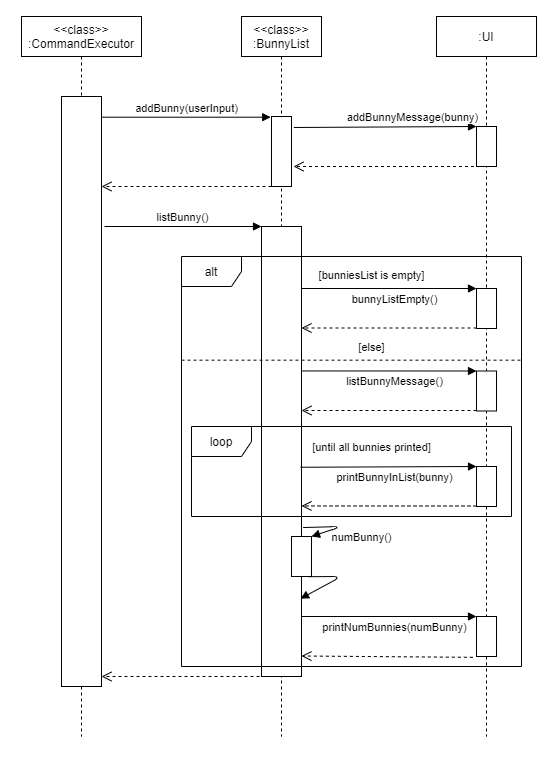
Before: docs/graphics/diagrams/Sequence_diagram_bunny.png, a diagram exported from draw.io (nus-cs2113-AY2021S1/tp). Source tidied: cells renumbered, new cells last; positions are measured from the earlier drawing's top-left corner, leaving out a move shared by most shapes. The source it was exported from:
```xml
<mxGraphModel>
  <root>
    <mxCell id="0" />
    <mxCell id="1" parent="0" />
    <mxCell id="2" value="&amp;lt;&amp;lt;class&amp;gt;&amp;gt;&lt;br&gt;:CommandExecutor" style="shape=umlLifeline;perimeter=lifelinePerimeter;whiteSpace=wrap;html=1;" parent="1" vertex="1">
      <mxGeometry x="40" y="20" width="120" height="720" as="geometry" />
    </mxCell>
    <mxCell id="3" style="html=1;points=[];perimeter=orthogonalPerimeter;" parent="2" vertex="1">
      <mxGeometry x="40" y="80" width="40" height="590" as="geometry" />
    </mxCell>
    <mxCell id="4" value="&amp;lt;&amp;lt;class&amp;gt;&amp;gt;&lt;br&gt;:BunnyList" style="shape=umlLifeline;perimeter=lifelinePerimeter;whiteSpace=wrap;html=1;" parent="1" vertex="1">
      <mxGeometry x="260" y="20" width="80" height="720" as="geometry" />
    </mxCell>
    <mxCell id="5" style="html=1;points=[];perimeter=orthogonalPerimeter;" parent="4" vertex="1">
      <mxGeometry x="30" y="100" width="20" height="70" as="geometry" />
    </mxCell>
    <mxCell id="6" style="html=1;points=[];perimeter=orthogonalPerimeter;" parent="4" vertex="1">
      <mxGeometry x="20" y="210" width="40" height="450" as="geometry" />
    </mxCell>
    <mxCell id="7" value="listBunny()" style="html=1;verticalAlign=bottom;endArrow=block;" parent="4" edge="1">
      <mxGeometry relative="1" as="geometry">
        <mxPoint x="-137" y="210" as="sourcePoint" />
        <mxPoint x="20" y="210" as="targetPoint" />
      </mxGeometry>
    </mxCell>
    <mxCell id="8" style="html=1;points=[];perimeter=orthogonalPerimeter;" parent="4" vertex="1">
      <mxGeometry x="50" y="520" width="20" height="40" as="geometry" />
    </mxCell>
    <mxCell id="9" value="numBunny()" style="html=1;verticalAlign=bottom;endArrow=block;exitX=1.04;exitY=0.669;exitDx=0;exitDy=0;exitPerimeter=0;" parent="4" edge="1" source="6" target="8">
      <mxGeometry x="0.1" y="-28" relative="1" as="geometry">
        <Array as="points">
          <mxPoint x="100" y="510" />
        </Array>
        <mxPoint x="29" y="47" as="offset" />
      </mxGeometry>
    </mxCell>
    <mxCell id="10" style="html=1;verticalAlign=bottom;endArrow=block;exitX=0.84;exitY=1.005;exitDx=0;exitDy=0;exitPerimeter=0;entryX=0.975;entryY=0.827;entryDx=0;entryDy=0;entryPerimeter=0;" parent="4" edge="1" source="8" target="6">
      <mxGeometry x="-0.17" y="-20" relative="1" as="geometry">
        <Array as="points">
          <mxPoint x="100" y="560" />
        </Array>
        <mxPoint x="30" y="18" as="offset" />
      </mxGeometry>
    </mxCell>
    <mxCell id="11" value="addBunny(userInput)" style="html=1;verticalAlign=bottom;endArrow=block;entryX=-0.04;entryY=0.01;entryDx=0;entryDy=0;entryPerimeter=0;" parent="1" edge="1" source="3" target="5">
      <mxGeometry relative="1" as="geometry" />
    </mxCell>
    <mxCell id="12" style="html=1;verticalAlign=bottom;endArrow=open;dashed=1;endSize=8;" parent="1" edge="1">
      <mxGeometry x="-1" y="-270" relative="1" as="geometry">
        <mxPoint x="290" y="190" as="sourcePoint" />
        <mxPoint x="120" y="190" as="targetPoint" />
        <mxPoint x="270" y="270" as="offset" />
      </mxGeometry>
    </mxCell>
    <mxCell id="13" style="html=1;verticalAlign=bottom;endArrow=open;dashed=1;endSize=8;" parent="1" edge="1">
      <mxGeometry x="-1" y="-270" relative="1" as="geometry">
        <mxPoint x="290" y="680" as="sourcePoint" />
        <mxPoint x="120" y="680" as="targetPoint" />
        <mxPoint x="270" y="270" as="offset" />
      </mxGeometry>
    </mxCell>
    <mxCell id="14" value=":UI" style="shape=umlLifeline;perimeter=lifelinePerimeter;whiteSpace=wrap;html=1;outlineConnect=0;" parent="1" vertex="1">
      <mxGeometry x="455" y="20" width="100" height="720" as="geometry" />
    </mxCell>
    <mxCell id="15" style="html=1;points=[];perimeter=orthogonalPerimeter;" parent="14" vertex="1">
      <mxGeometry x="40" y="110" width="20" height="40" as="geometry" />
    </mxCell>
    <mxCell id="16" style="html=1;points=[];perimeter=orthogonalPerimeter;" parent="14" vertex="1">
      <mxGeometry x="40" y="272" width="20" height="40" as="geometry" />
    </mxCell>
    <mxCell id="17" style="html=1;verticalAlign=bottom;endArrow=open;dashed=1;endSize=8;" parent="14" edge="1" target="6">
      <mxGeometry x="-1" y="176" relative="1" as="geometry">
        <mxPoint x="40" y="311.5" as="sourcePoint" />
        <mxPoint x="153" y="-87" as="offset" />
      </mxGeometry>
    </mxCell>
    <mxCell id="18" style="html=1;points=[];perimeter=orthogonalPerimeter;" parent="14" vertex="1">
      <mxGeometry x="40" y="354.5" width="20" height="40" as="geometry" />
    </mxCell>
    <mxCell id="19" style="html=1;verticalAlign=bottom;endArrow=open;dashed=1;endSize=8;" parent="14" edge="1" target="6">
      <mxGeometry x="-1" y="176" relative="1" as="geometry">
        <mxPoint x="40" y="394" as="sourcePoint" />
        <mxPoint x="153" y="-87" as="offset" />
      </mxGeometry>
    </mxCell>
    <mxCell id="20" style="html=1;points=[];perimeter=orthogonalPerimeter;" parent="14" vertex="1">
      <mxGeometry x="40" y="450" width="20" height="40" as="geometry" />
    </mxCell>
    <mxCell id="21" style="html=1;verticalAlign=bottom;endArrow=open;dashed=1;endSize=8;entryX=1;entryY=0.621;entryDx=0;entryDy=0;entryPerimeter=0;" parent="14" edge="1" target="6">
      <mxGeometry x="-1" y="176" relative="1" as="geometry">
        <mxPoint x="40" y="489.5" as="sourcePoint" />
        <mxPoint x="153" y="-87" as="offset" />
      </mxGeometry>
    </mxCell>
    <mxCell id="22" style="html=1;points=[];perimeter=orthogonalPerimeter;" parent="14" vertex="1">
      <mxGeometry x="40" y="600" width="20" height="40" as="geometry" />
    </mxCell>
    <mxCell id="23" value="addBunnyMessage(bunny)" style="html=1;verticalAlign=bottom;endArrow=block;entryX=0;entryY=0;exitX=1.12;exitY=0.157;exitDx=0;exitDy=0;exitPerimeter=0;" parent="1" edge="1" source="5" target="15">
      <mxGeometry x="0.3" relative="1" as="geometry" />
    </mxCell>
    <mxCell id="24" style="html=1;verticalAlign=bottom;endArrow=open;dashed=1;endSize=8;" parent="1" edge="1" source="14">
      <mxGeometry x="-1" y="176" relative="1" as="geometry">
        <mxPoint x="312" y="170" as="targetPoint" />
        <mxPoint x="153" y="-87" as="offset" />
      </mxGeometry>
    </mxCell>
    <mxCell id="25" value="&lt;span style=&quot;font-size: 11px ; background-color: rgb(255 , 255 , 255)&quot;&gt;[bunniesList is empty]&lt;/span&gt;" style="text;html=1;align=center;verticalAlign=middle;" parent="1" vertex="1">
      <mxGeometry x="330" y="267.5" width="120" height="20" as="geometry" />
    </mxCell>
    <mxCell id="26" value="&lt;span style=&quot;font-size: 11px ; background-color: rgb(255 , 255 , 255)&quot;&gt;[until all bunnies printed]&lt;/span&gt;" style="text;html=1;align=center;verticalAlign=middle;" parent="1" vertex="1">
      <mxGeometry x="325" y="440" width="130" height="20" as="geometry" />
    </mxCell>
    <mxCell id="27" value="&lt;span style=&quot;font-size: 11px ; background-color: rgb(255 , 255 , 255)&quot;&gt;[else]&lt;/span&gt;" style="text;html=1;align=center;verticalAlign=middle;" parent="1" vertex="1">
      <mxGeometry x="370" y="340" width="40" height="20" as="geometry" />
    </mxCell>
    <mxCell id="28" value="printNumBunnies(numBunny)" style="html=1;verticalAlign=bottom;endArrow=block;entryX=0;entryY=0;" parent="1" edge="1" target="22">
      <mxGeometry x="0.07" y="-20" relative="1" as="geometry">
        <mxPoint x="320" y="620" as="sourcePoint" />
      </mxGeometry>
    </mxCell>
    <mxCell id="29" style="html=1;verticalAlign=bottom;endArrow=open;dashed=1;endSize=8;entryX=0.999;entryY=0.91;entryDx=0;entryDy=0;entryPerimeter=0;exitX=-0.183;exitY=1.021;exitDx=0;exitDy=0;exitPerimeter=0;" parent="1" edge="1" source="22">
      <mxGeometry x="-1" y="176" relative="1" as="geometry">
        <mxPoint x="320" y="659.5" as="targetPoint" />
        <mxPoint x="153" y="-87" as="offset" />
      </mxGeometry>
    </mxCell>
    <mxCell id="30" value="bunnyListEmpty()" style="html=1;verticalAlign=bottom;endArrow=block;entryX=0;entryY=0;" parent="1" edge="1" target="16">
      <mxGeometry x="0.06" y="-20" relative="1" as="geometry">
        <mxPoint x="320" y="292" as="sourcePoint" />
      </mxGeometry>
    </mxCell>
    <mxCell id="31" value="listBunnyMessage()" style="html=1;verticalAlign=bottom;endArrow=block;entryX=0;entryY=0;exitX=1;exitY=0.321;exitDx=0;exitDy=0;exitPerimeter=0;" parent="1" edge="1" source="6" target="18">
      <mxGeometry x="0.06" y="-20" relative="1" as="geometry" />
    </mxCell>
    <mxCell id="32" value="printBunnyInList(bunny)" style="html=1;verticalAlign=bottom;endArrow=block;entryX=0;entryY=0;exitX=0.978;exitY=0.535;exitDx=0;exitDy=0;exitPerimeter=0;" parent="1" edge="1" source="6" target="20">
      <mxGeometry x="0.06" y="-20" relative="1" as="geometry" />
    </mxCell>
    <mxCell id="33" value="alt" style="shape=umlFrame;whiteSpace=wrap;html=1;" parent="1" vertex="1">
      <mxGeometry x="200" y="260" width="340" height="410" as="geometry" />
    </mxCell>
    <mxCell id="34" style="endArrow=none;dashed=1;html=1;exitX=0;exitY=0.287;exitDx=0;exitDy=0;exitPerimeter=0;entryX=0.999;entryY=0.287;entryDx=0;entryDy=0;entryPerimeter=0;" parent="1" edge="1">
      <mxGeometry relative="1" as="geometry">
        <mxPoint x="200" y="363.7" as="sourcePoint" />
        <mxPoint x="539.7" y="363.7" as="targetPoint" />
      </mxGeometry>
    </mxCell>
    <mxCell id="35" value="loop" style="shape=umlFrame;whiteSpace=wrap;html=1;" parent="1" vertex="1">
      <mxGeometry x="210" y="430" width="320" height="90" as="geometry" />
    </mxCell>
    <mxCell id="36" style="html=1;perimeter=orthogonalPerimeter;" parent="1" vertex="1">
      <mxGeometry width="10" height="80" as="geometry" />
    </mxCell>
    <mxCell id="37" style="html=1;perimeter=orthogonalPerimeter;" parent="1" vertex="1">
      <mxGeometry x="600" y="700" width="10" height="80" as="geometry" />
    </mxCell>
  </root>
</mxGraphModel>
```
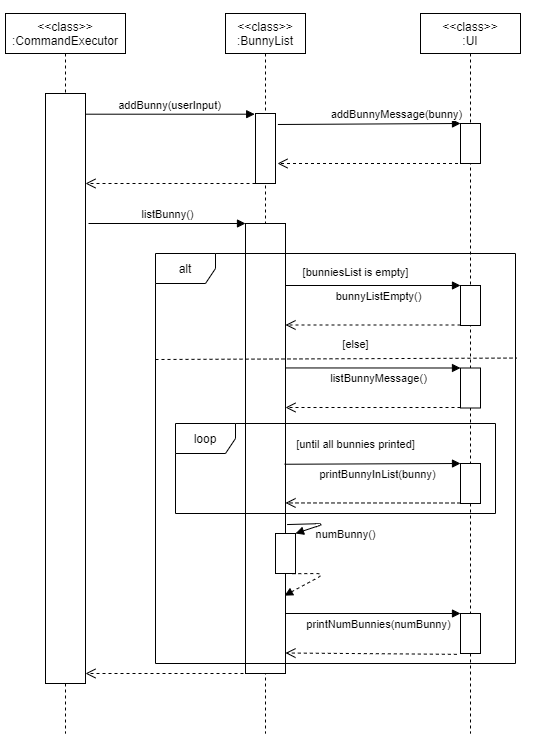
Above is the later version.

Change to the diagram source:
```diff
@@ -34,7 +34,7 @@
         <mxPoint x="29" y="47" as="offset" />
       </mxGeometry>
     </mxCell>
-    <mxCell id="10" style="html=1;verticalAlign=bottom;endArrow=block;exitX=0.84;exitY=1.005;exitDx=0;exitDy=0;exitPerimeter=0;entryX=0.975;entryY=0.827;entryDx=0;entryDy=0;entryPerimeter=0;" parent="4" edge="1" source="8" target="6">
+    <mxCell id="10" style="html=1;verticalAlign=bottom;endArrow=block;exitX=0.84;exitY=1.005;exitDx=0;exitDy=0;exitPerimeter=0;entryX=0.975;entryY=0.827;entryDx=0;entryDy=0;entryPerimeter=0;dashed=1;" parent="4" edge="1" source="8" target="6">
       <mxGeometry x="-0.17" y="-20" relative="1" as="geometry">
         <Array as="points">
           <mxPoint x="100" y="560" />
@@ -59,7 +59,7 @@
         <mxPoint x="270" y="270" as="offset" />
       </mxGeometry>
     </mxCell>
-    <mxCell id="14" value=":UI" style="shape=umlLifeline;perimeter=lifelinePerimeter;whiteSpace=wrap;html=1;outlineConnect=0;" parent="1" vertex="1">
+    <mxCell id="14" value="&amp;lt;&amp;lt;class&amp;gt;&amp;gt;&lt;br&gt;:UI" style="shape=umlLifeline;perimeter=lifelinePerimeter;whiteSpace=wrap;html=1;outlineConnect=0;" parent="1" vertex="1">
       <mxGeometry x="455" y="20" width="100" height="720" as="geometry" />
     </mxCell>
     <mxCell id="15" style="html=1;points=[];perimeter=orthogonalPerimeter;" parent="14" vertex="1">
@@ -136,12 +136,11 @@
       <mxGeometry x="0.06" y="-20" relative="1" as="geometry" />
     </mxCell>
     <mxCell id="33" value="alt" style="shape=umlFrame;whiteSpace=wrap;html=1;" parent="1" vertex="1">
-      <mxGeometry x="200" y="260" width="340" height="410" as="geometry" />
+      <mxGeometry x="190" y="260" width="360" height="410" as="geometry" />
     </mxCell>
-    <mxCell id="34" style="endArrow=none;dashed=1;html=1;exitX=0;exitY=0.287;exitDx=0;exitDy=0;exitPerimeter=0;entryX=0.999;entryY=0.287;entryDx=0;entryDy=0;entryPerimeter=0;" parent="1" edge="1">
+    <mxCell id="34" style="endArrow=none;dashed=1;html=1;exitX=0;exitY=0.287;exitDx=0;exitDy=0;exitPerimeter=0;entryX=1.004;entryY=0.255;entryDx=0;entryDy=0;entryPerimeter=0;" parent="1" edge="1" target="33">
       <mxGeometry relative="1" as="geometry">
-        <mxPoint x="200" y="363.7" as="sourcePoint" />
-        <mxPoint x="539.7" y="363.7" as="targetPoint" />
+        <mxPoint x="190" y="366" as="sourcePoint" />
       </mxGeometry>
     </mxCell>
     <mxCell id="35" value="loop" style="shape=umlFrame;whiteSpace=wrap;html=1;" parent="1" vertex="1">
```
